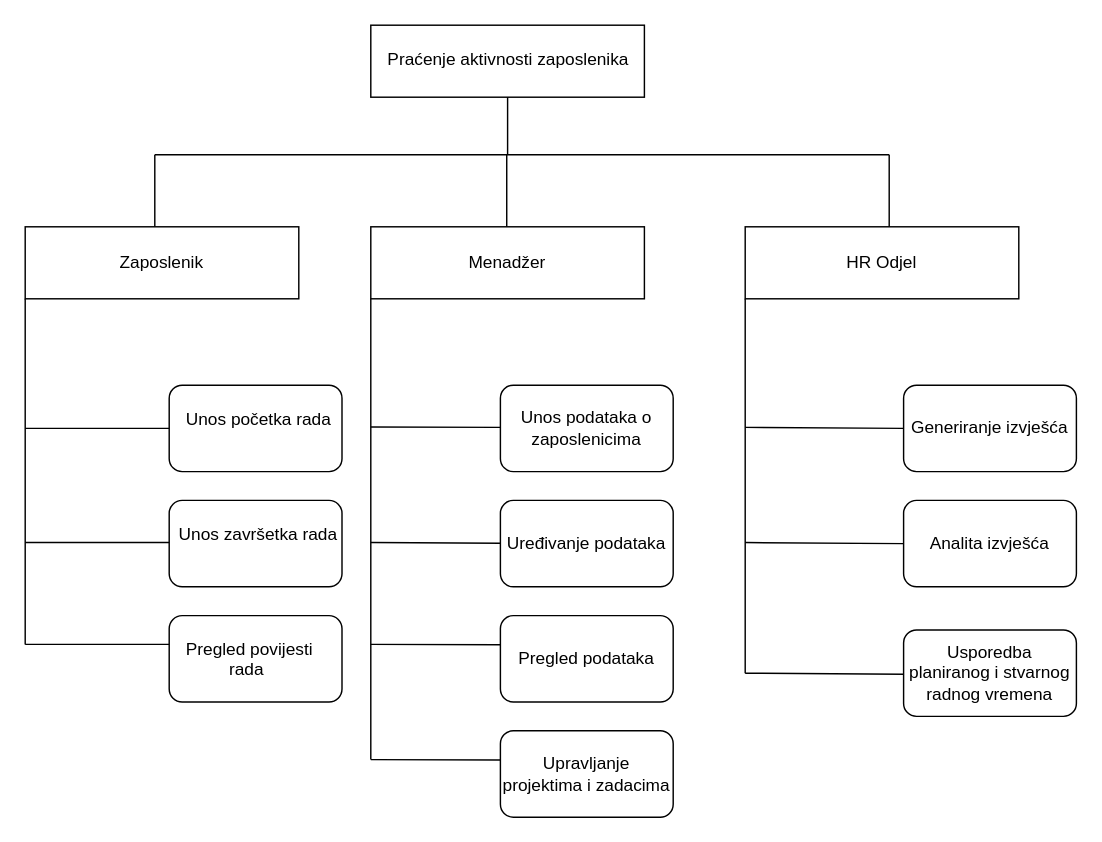
Above: Specifikacija zahtjeva/Model funkcija/DijagramDekompozicijeFunkcija.drawio in JelenaPetrusic/Projektiranje-informacijskih-sustava (draw.io), before the change. Source tidied: cells renumbered, new cells numbered last; positions are measured from the earlier drawing's top-left corner, leaving out a move shared by most shapes. Both pictures are drawn from the tidied source at 144%, with x=0, y=0 at pixel (24, 24).
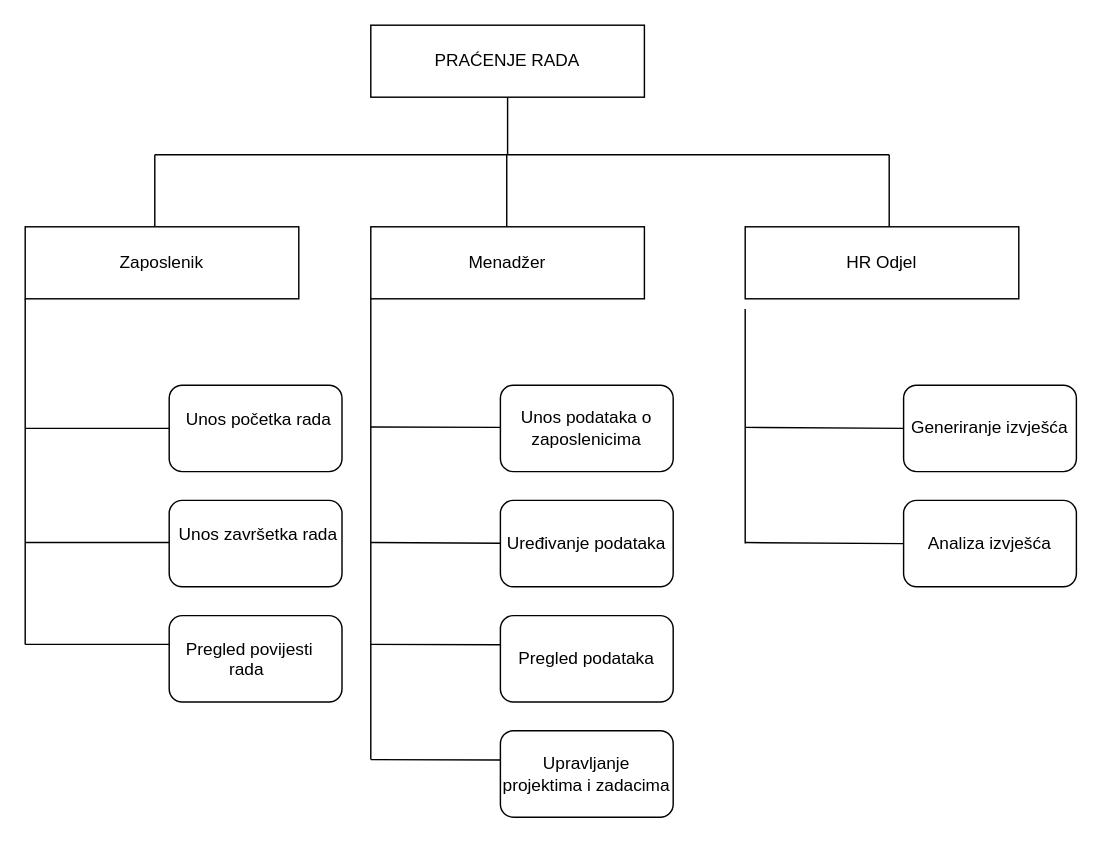
Above is the later version.

What changed in the source:
```diff
@@
-    <mxCell id="5" style="rounded=0;whiteSpace=wrap;html=1;" parent="1" vertex="1">
+    <mxCell id="5" value="PRAĆENJE RADA" style="rounded=0;whiteSpace=wrap;html=1;" parent="1" vertex="1">
       <mxGeometry x="240" width="190" height="50" as="geometry" />
     </mxCell>
-    <mxCell id="6" value="Praćenje aktivnosti zaposlenika" style="text;whiteSpace=wrap;html=1;" parent="1" vertex="1">
-      <mxGeometry x="250" y="10" width="200" height="40" as="geometry" />
-    </mxCell>
@@
-    <mxCell id="27" value="Usporedba planiranog i stvarnog radnog vremena" style="rounded=1;whiteSpace=wrap;html=1;" parent="1" vertex="1">
-      <mxGeometry x="610" y="420" width="120" height="60" as="geometry" />
-    </mxCell>
     <mxCell id="28" style="endArrow=none;html=1;rounded=0;fontSize=12;startSize=8;endSize=8;curved=1;entryX=0;entryY=1;entryDx=0;entryDy=0;" parent="1" edge="1">
       <mxGeometry relative="1" as="geometry">
-        <mxPoint x="500" y="450" as="sourcePoint" />
-        <mxPoint x="500" y="190" as="targetPoint" />
+        <mxPoint x="500" y="360" as="sourcePoint" />
+        <mxPoint x="500" y="197" as="targetPoint" />
       </mxGeometry>
     </mxCell>
@@
-    <mxCell id="36" value="Analita izvješća" style="rounded=1;whiteSpace=wrap;html=1;" parent="1" vertex="1">
+    <mxCell id="36" value="Analiza izvješća" style="rounded=1;whiteSpace=wrap;html=1;" parent="1" vertex="1">
       <mxGeometry x="610" y="330" width="120" height="60" as="geometry" />
     </mxCell>
-    <mxCell id="37" style="endArrow=none;html=1;rounded=0;fontSize=12;startSize=8;endSize=8;curved=1;entryX=0;entryY=0.5;entryDx=0;entryDy=0;" parent="1" edge="1">
-      <mxGeometry relative="1" as="geometry">
-        <mxPoint x="500" y="450" as="sourcePoint" />
-        <mxPoint x="610" y="450.7" as="targetPoint" />
-      </mxGeometry>
-    </mxCell>
```
